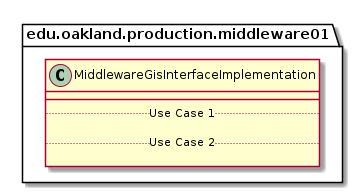
This is docs/uml-class-diagrams/middleware01/production/MiddlewareGisInterfaceImplementation/MiddlewareGisInterfaceImplementation.png from elilley15/csi-3370-software-project, a PlantUML export, as it was before one commit. Its diagram source:
```plantuml
@startuml MiddlewareGisInterfaceImplementation

package edu.oakland.production.middleware01 {
    class MiddlewareGisInterfaceImplementation {
        __
        .. Use Case 1 ..

        .. Use Case 2 ..

    }
}

@enduml
```
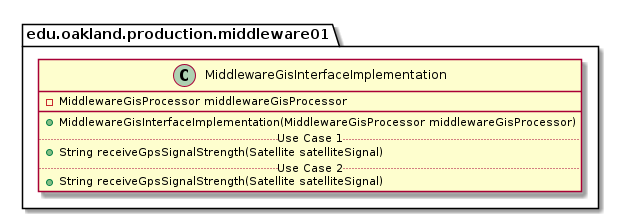
Above is the later version.

The edit, as a diff of the source:
```diff
@@ -2,11 +2,13 @@
 
 package edu.oakland.production.middleware01 {
     class MiddlewareGisInterfaceImplementation {
+        - MiddlewareGisProcessor middlewareGisProcessor
         __
+        + MiddlewareGisInterfaceImplementation(MiddlewareGisProcessor middlewareGisProcessor)
         .. Use Case 1 ..
-
+        + String receiveGpsSignalStrength(Satellite satelliteSignal)
         .. Use Case 2 ..
-
+        + String receiveGpsSignalStrength(Satellite satelliteSignal)
     }
 }
 
```
